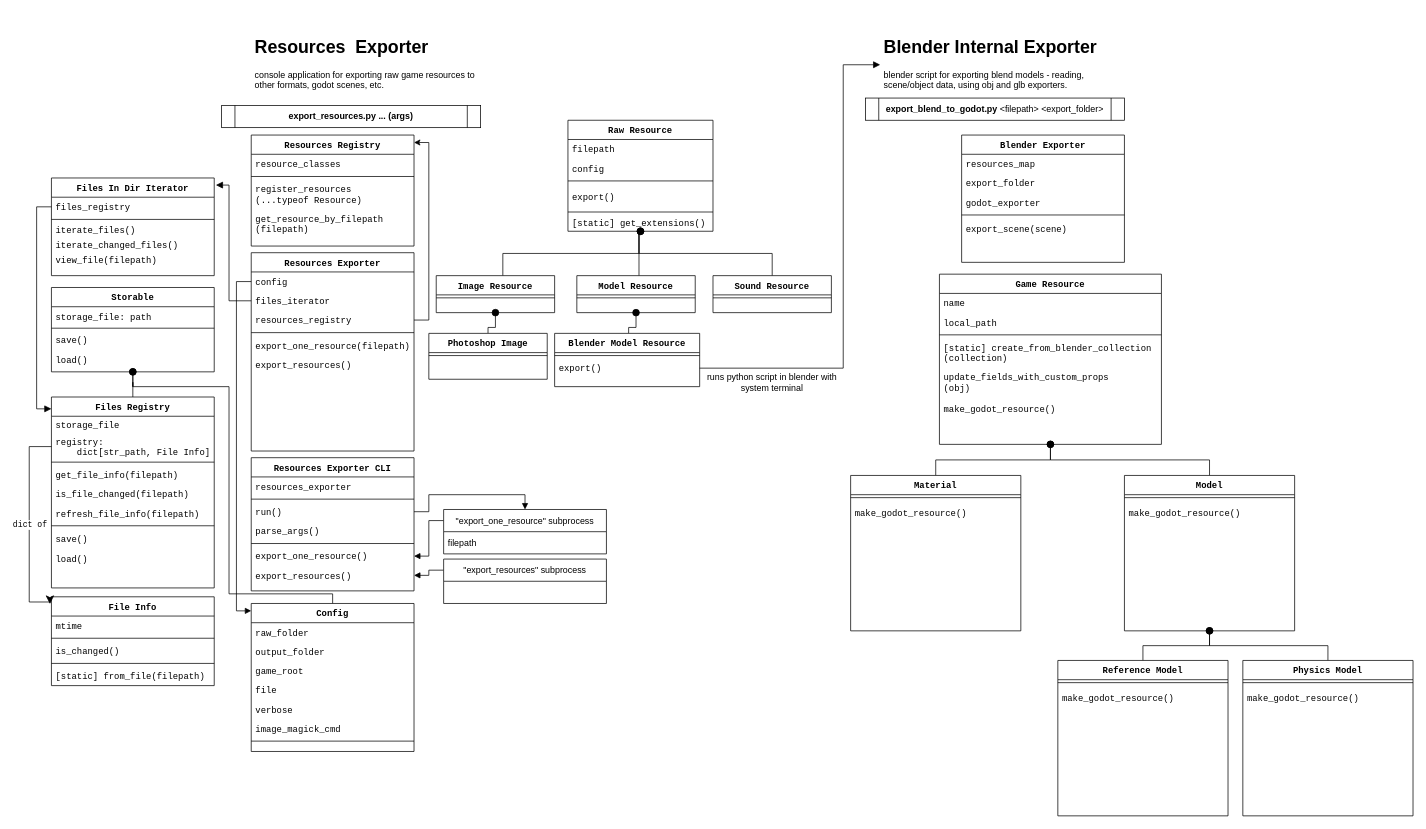
AshenHermit/game-resources-exporter keeps this draw.io diagram as resources exporter.drawio. Above is the earlier version. Source tidied: cells renumbered, new cells numbered last; positions are measured from the earlier drawing's top-left corner, leaving out a move shared by most shapes. Both pictures are drawn from the tidied source at 74%, with x=0, y=0 at pixel (29, 24).
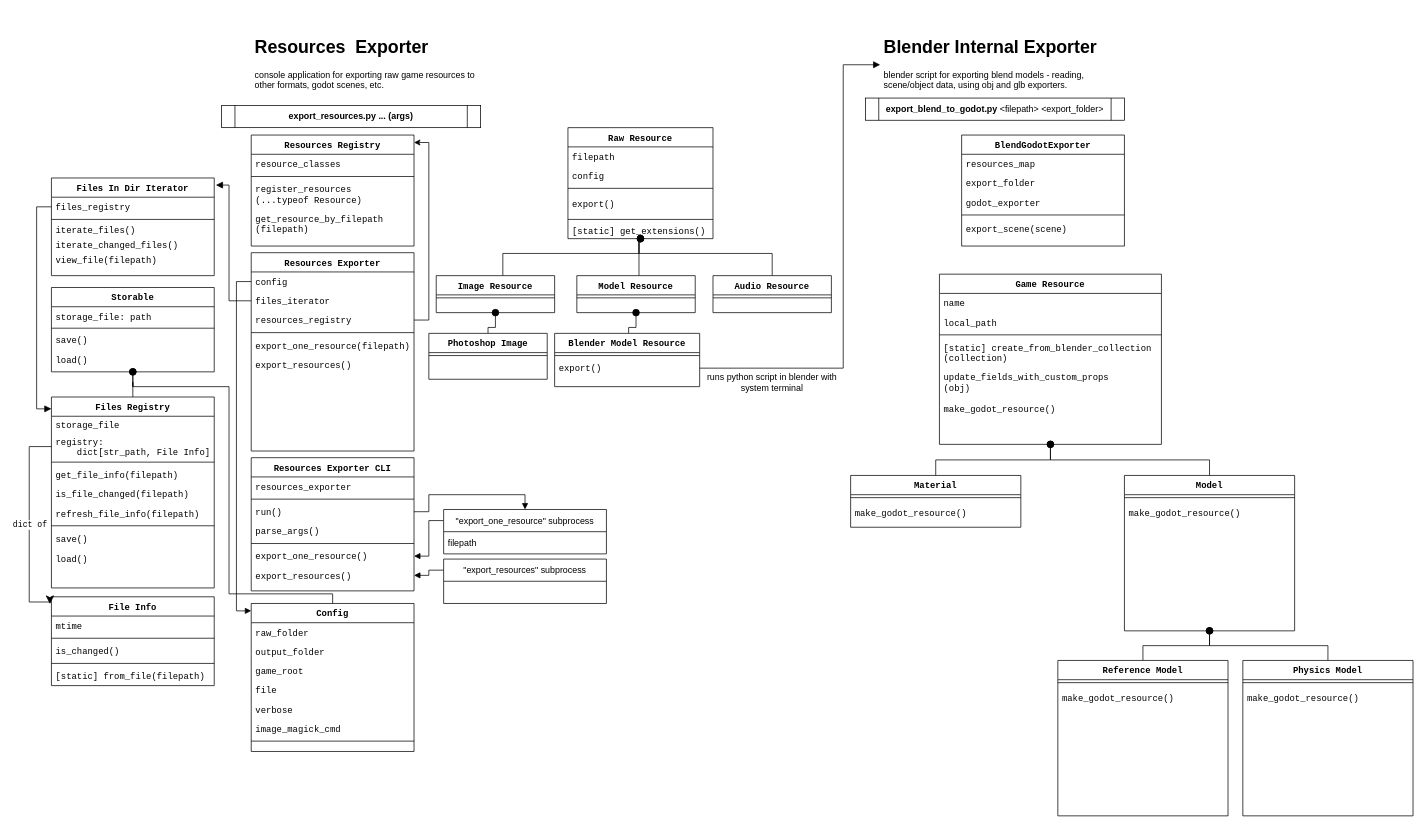
After the change.

Diff of the diagram source:
```diff
@@
     <mxCell id="10" value="Raw Resource" style="swimlane;fontStyle=1;align=center;verticalAlign=middle;horizontal=1;startSize=26;rounded=0;shadow=0;strokeWidth=1;fontFamily=Courier New;" parent="1" vertex="1">
-      <mxGeometry x="728" y="130" width="196" height="150" as="geometry" />
+      <mxGeometry x="728" y="140" width="196" height="150" as="geometry" />
     </mxCell>
@@
-    <mxCell id="24" value="Sound Resource" style="swimlane;fontStyle=1;align=center;verticalAlign=middle;horizontal=1;startSize=26;rounded=0;shadow=0;strokeWidth=1;fontFamily=Courier New;" parent="1" vertex="1">
+    <mxCell id="24" value="Audio Resource" style="swimlane;fontStyle=1;align=center;verticalAlign=middle;horizontal=1;startSize=26;rounded=0;shadow=0;strokeWidth=1;fontFamily=Courier New;" parent="1" vertex="1">
       <mxGeometry x="924" y="340" width="160" height="50" as="geometry" />
     </mxCell>
@@
-    <mxCell id="54" value="Blender Exporter" style="swimlane;fontStyle=1;align=center;verticalAlign=middle;horizontal=1;startSize=26;rounded=0;shadow=0;strokeWidth=1;fontFamily=Courier New;" parent="1" vertex="1">
-      <mxGeometry x="1260" y="150" width="220" height="172" as="geometry" />
+    <mxCell id="54" value="BlendGodotExporter" style="swimlane;fontStyle=1;align=center;verticalAlign=middle;horizontal=1;startSize=26;rounded=0;shadow=0;strokeWidth=1;fontFamily=Courier New;" parent="1" vertex="1">
+      <mxGeometry x="1260" y="150" width="220" height="150" as="geometry" />
     </mxCell>
@@
     <mxCell id="103" value="Material" style="swimlane;fontStyle=1;align=center;verticalAlign=middle;horizontal=1;startSize=26;rounded=0;shadow=0;strokeWidth=1;fontFamily=Courier New;" parent="1" vertex="1">
-      <mxGeometry x="1110" y="610" width="230" height="210" as="geometry" />
+      <mxGeometry x="1110" y="610" width="230" height="70" as="geometry" />
     </mxCell>
```
